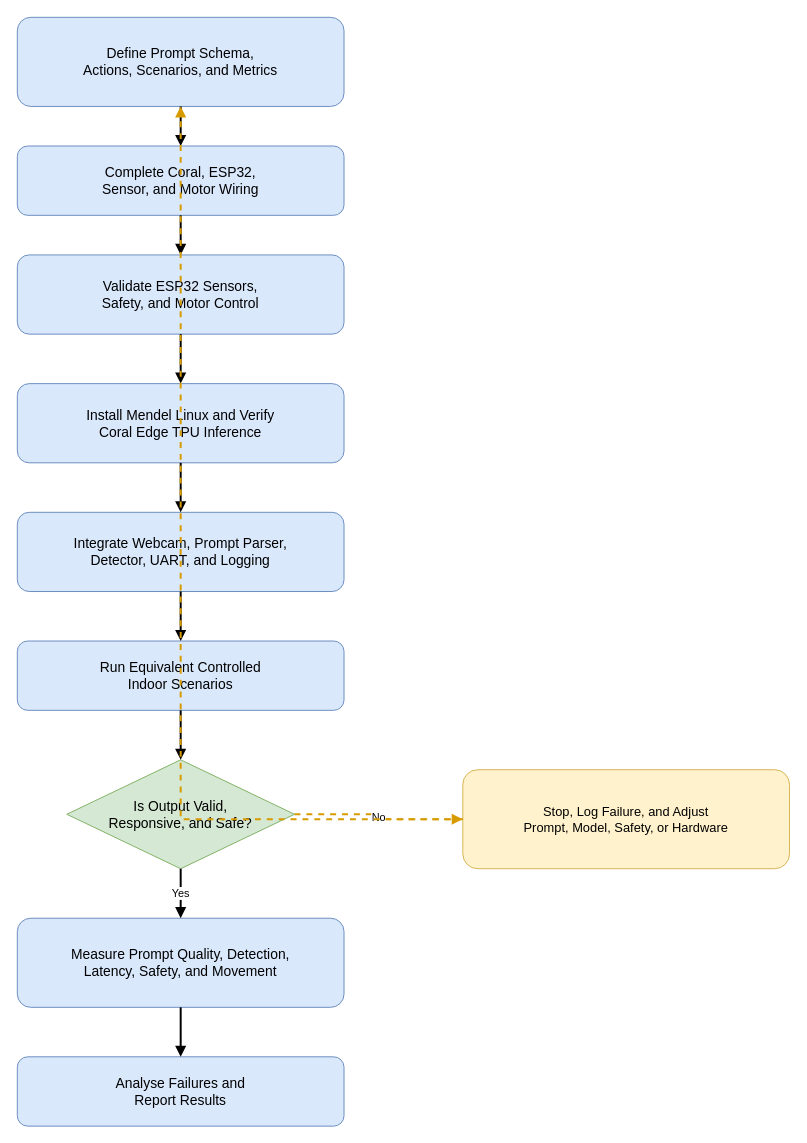
The draw.io diagram drawio/chapter_3/figure_3_1_proposed_project_workflow.drawio in amfarhnn/VLM-Based-Robot-Navigation, before the edit. Source tidied: cells renumbered, new cells numbered last; positions are measured from the earlier drawing's top-left corner, leaving out a move shared by most shapes. Both pictures are drawn from the tidied source at 99%, with x=0, y=0 at pixel (17, 17).
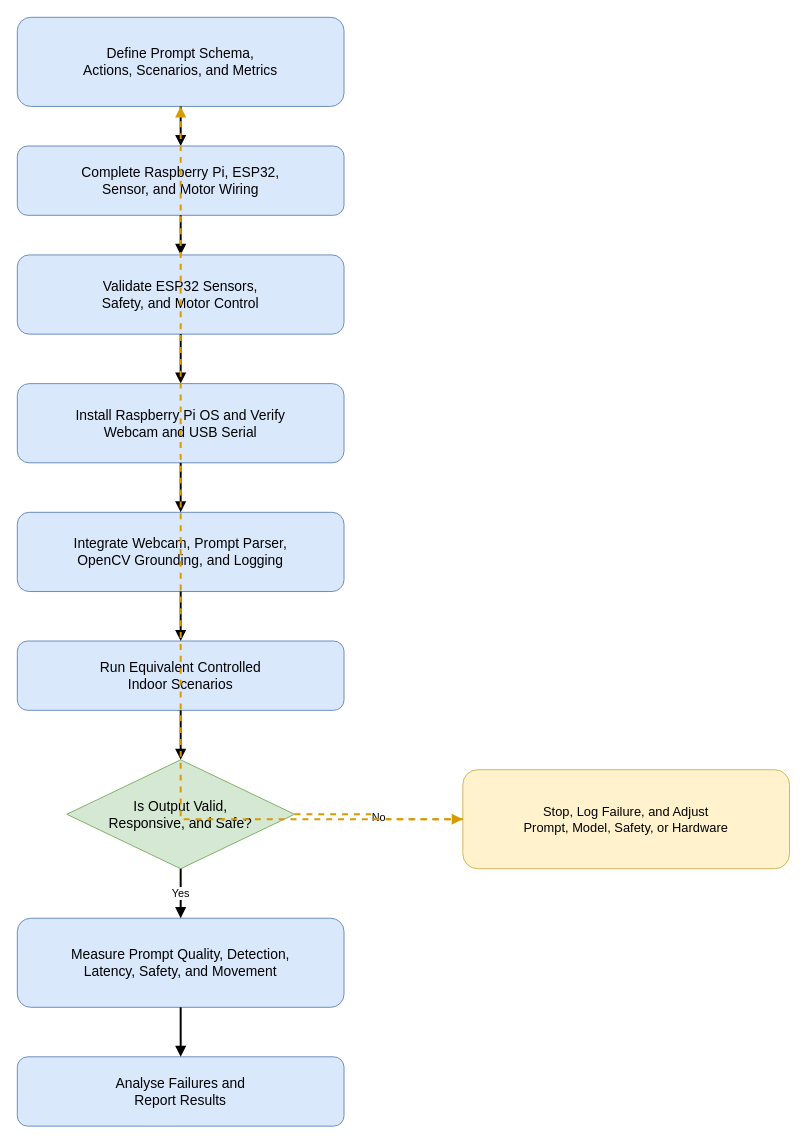
The same diagram, later.

What changed in the source:
```diff
@@
-    <mxCell id="3" value="Complete Coral, ESP32,&#10;Sensor, and Motor Wiring" style="rounded=1;whiteSpace=wrap;html=1;fillColor=#dae8fc;strokeColor=#6c8ebf;fontSize=14;" parent="1" vertex="1">
+    <mxCell id="3" value="Complete Raspberry Pi, ESP32,&#10;Sensor, and Motor Wiring" style="rounded=1;whiteSpace=wrap;html=1;fillColor=#dae8fc;strokeColor=#6c8ebf;fontSize=14;" parent="1" vertex="1">
       <mxGeometry y="130" width="330" height="70" as="geometry" />
     </mxCell>
@@
-    <mxCell id="5" value="Install Mendel Linux and Verify&#10;Coral Edge TPU Inference" style="rounded=1;whiteSpace=wrap;html=1;fillColor=#dae8fc;strokeColor=#6c8ebf;fontSize=14;" parent="1" vertex="1">
+    <mxCell id="5" value="Install Raspberry Pi OS and Verify&#10;Webcam and USB Serial" style="rounded=1;whiteSpace=wrap;html=1;fillColor=#dae8fc;strokeColor=#6c8ebf;fontSize=14;" parent="1" vertex="1">
       <mxGeometry y="370" width="330" height="80" as="geometry" />
     </mxCell>
-    <mxCell id="6" value="Integrate Webcam, Prompt Parser,&#10;Detector, UART, and Logging" style="rounded=1;whiteSpace=wrap;html=1;fillColor=#dae8fc;strokeColor=#6c8ebf;fontSize=14;" parent="1" vertex="1">
+    <mxCell id="6" value="Integrate Webcam, Prompt Parser,&#10;OpenCV Grounding, and Logging" style="rounded=1;whiteSpace=wrap;html=1;fillColor=#dae8fc;strokeColor=#6c8ebf;fontSize=14;" parent="1" vertex="1">
       <mxGeometry y="500" width="330" height="80" as="geometry" />
     </mxCell>
```
